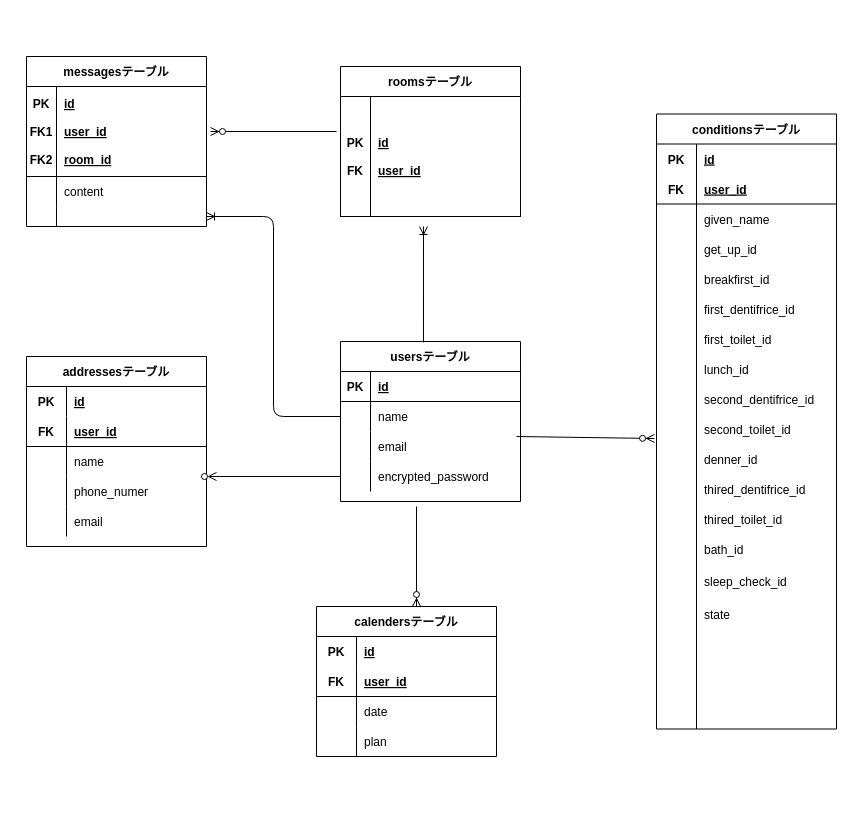
This is for-cg.dio from wtoshiaki/for-cg, a draw.io file, before an edit. Source tidied: cells renumbered, new cells numbered last; positions are measured from the earlier drawing's top-left corner, leaving out a move shared by most shapes. Both pictures are drawn from the tidied source at 100%, with x=0, y=0 at pixel (26, 56).
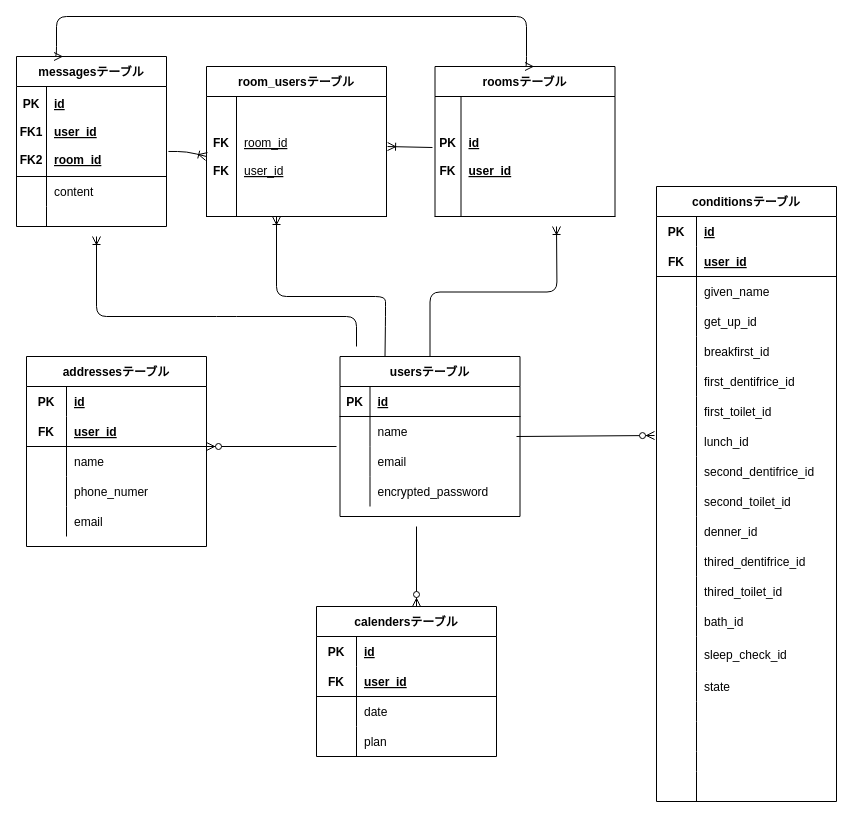
After the change.

The change refers to these unchanged cells:
```xml
<mxCell id="6" style="shape=partialRectangle;fillColor=none;top=0;left=0;bottom=0;right=0;points=[[0,0.5],[1,0.5]];portConstraint=eastwest;" parent="2" vertex="1">
  <mxGeometry y="60" width="180" height="30" as="geometry" />
</mxCell>
<mxCell id="12" style="shape=partialRectangle;fillColor=none;top=0;left=0;bottom=0;right=0;points=[[0,0.5],[1,0.5]];portConstraint=eastwest;" parent="2" vertex="1">
  <mxGeometry y="120" width="180" height="30" as="geometry" />
</mxCell>
<mxCell id="16" style="shape=partialRectangle;fillColor=none;top=0;left=0;bottom=1;right=0;points=[[0,0.5],[1,0.5]];portConstraint=eastwest;" parent="15" vertex="1">
  <mxGeometry y="30" width="180" height="120" as="geometry" />
</mxCell>
<mxCell id="51" style="shape=partialRectangle;fillColor=none;top=0;left=0;bottom=0;right=0;points=[[0,0.5],[1,0.5]];portConstraint=eastwest;" parent="29" vertex="1">
  <mxGeometry y="240" width="180" height="30" as="geometry" />
</mxCell>
<mxCell id="57" style="shape=partialRectangle;fillColor=none;top=0;left=0;bottom=0;right=0;points=[[0,0.5],[1,0.5]];portConstraint=eastwest;" parent="29" vertex="1">
  <mxGeometry y="300" width="180" height="30" as="geometry" />
</mxCell>
```

What changed in the source:
```diff
@@
     <mxCell id="2" value="usersテーブル" style="shape=table;startSize=30;childLayout=tableLayout;rowLines=0;fontStyle=1;align=center;" parent="1" vertex="1">
-      <mxGeometry x="314" y="285" width="180" height="160" as="geometry" />
+      <mxGeometry x="313.5" y="300" width="180" height="160" as="geometry" />
     </mxCell>
@@
     <mxCell id="15" value="roomsテーブル" style="shape=table;startSize=30;childLayout=tableLayout;rowLines=0;fontStyle=1;align=center;" parent="1" vertex="1">
-      <mxGeometry x="314" y="10" width="180" height="150" as="geometry" />
+      <mxGeometry x="408.5" y="10" width="180" height="150" as="geometry" />
     </mxCell>
@@
     <mxCell id="17" value="PK&#10;&#10;FK" style="shape=partialRectangle;fillColor=none;top=0;left=0;bottom=0;right=0;fontStyle=1;overflow=hidden;" parent="16" vertex="1">
-      <mxGeometry width="30" height="120" as="geometry" />
+      <mxGeometry width="26" height="120" as="geometry" />
     </mxCell>
     <mxCell id="18" value="id&#10;&#10;user_id" style="shape=partialRectangle;fillColor=none;top=0;left=0;bottom=0;right=0;align=left;spacingLeft=6;fontStyle=5;overflow=hidden;" parent="16" vertex="1">
-      <mxGeometry x="30" width="150" height="120" as="geometry" />
+      <mxGeometry x="26" width="154" height="120" as="geometry" />
     </mxCell>
     <mxCell id="19" value="messagesテーブル" style="shape=table;startSize=30;childLayout=tableLayout;rowLines=0;fontStyle=1;align=center;" parent="1" vertex="1">
-      <mxGeometry width="180" height="170" as="geometry" />
+      <mxGeometry x="-10" width="150" height="170" as="geometry" />
     </mxCell>
     <mxCell id="20" style="shape=partialRectangle;fillColor=none;top=0;left=0;bottom=1;right=0;points=[[0,0.5],[1,0.5]];portConstraint=eastwest;" parent="19" vertex="1">
-      <mxGeometry y="30" width="180" height="90" as="geometry" />
+      <mxGeometry y="30" width="150" height="90" as="geometry" />
     </mxCell>
@@
     <mxCell id="22" value="id&#10;&#10;user_id&#10;&#10;room_id" style="shape=partialRectangle;fillColor=none;top=0;left=0;bottom=0;right=0;align=left;spacingLeft=6;fontStyle=5;overflow=hidden;" parent="20" vertex="1">
-      <mxGeometry x="30" width="150" height="90" as="geometry" />
+      <mxGeometry x="30" width="120" height="90" as="geometry" />
     </mxCell>
     <mxCell id="23" style="shape=partialRectangle;fillColor=none;top=0;left=0;bottom=0;right=0;" parent="19" vertex="1">
-      <mxGeometry y="120" width="180" height="30" as="geometry" />
+      <mxGeometry y="120" width="150" height="30" as="geometry" />
     </mxCell>
@@
     <mxCell id="25" value="content" style="shape=partialRectangle;fillColor=none;top=0;left=0;bottom=0;right=0;align=left;spacingLeft=6;overflow=hidden;" parent="23" vertex="1">
-      <mxGeometry x="30" width="150" height="30" as="geometry" />
+      <mxGeometry x="30" width="120" height="30" as="geometry" />
     </mxCell>
     <mxCell id="26" style="shape=partialRectangle;fillColor=none;top=0;left=0;bottom=0;right=0;points=[[0,0.5],[1,0.5]];portConstraint=eastwest;" parent="19" vertex="1">
-      <mxGeometry y="150" width="180" height="20" as="geometry" />
+      <mxGeometry y="150" width="150" height="20" as="geometry" />
     </mxCell>
@@
     <mxCell id="28" style="shape=partialRectangle;fillColor=none;top=0;left=0;bottom=0;right=0;align=left;spacingLeft=6;overflow=hidden;" parent="26" vertex="1">
-      <mxGeometry x="30" width="150" height="20" as="geometry" />
+      <mxGeometry x="30" width="120" height="20" as="geometry" />
     </mxCell>
     <mxCell id="29" value="conditionsテーブル" style="shape=table;startSize=30;childLayout=tableLayout;rowLines=0;fontStyle=1;align=center;" parent="1" vertex="1">
-      <mxGeometry x="630" y="57.5" width="180" height="615" as="geometry" />
+      <mxGeometry x="630" y="130" width="180" height="615" as="geometry" />
     </mxCell>
@@
-    <mxCell id="119" style="fontSize=12;html=1;endArrow=ERoneToMany;exitX=0.461;exitY=0.006;exitDx=0;exitDy=0;exitPerimeter=0;" parent="1" edge="1" source="2">
-      <mxGeometry relative="1" as="geometry">
-        <mxPoint x="397" y="170" as="targetPoint" />
-      </mxGeometry>
-    </mxCell>
-    <mxCell id="120" style="fontSize=12;html=1;endArrow=ERzeroToMany;endFill=1;exitX=0;exitY=0.5;exitDx=0;exitDy=0;" parent="1" edge="1" source="12">
+    <mxCell id="120" style="fontSize=12;html=1;endArrow=ERzeroToMany;endFill=1;" parent="1" edge="1">
       <mxGeometry relative="1" as="geometry">
-        <mxPoint x="190" y="420" as="targetPoint" />
+        <mxPoint x="310" y="390" as="sourcePoint" />
+        <mxPoint x="180" y="390" as="targetPoint" />
         <Array as="points">
-          <mxPoint x="180" y="420" />
+          <mxPoint x="180" y="390" />
         </Array>
       </mxGeometry>
     </mxCell>
-    <mxCell id="121" style="fontSize=12;html=1;endArrow=ERzeroToMany;endFill=1;entryX=-0.011;entryY=0.817;entryDx=0;entryDy=0;entryPerimeter=0;" parent="1" edge="1" target="57">
+    <mxCell id="121" style="fontSize=12;html=1;endArrow=ERzeroToMany;endFill=1;entryX=-0.011;entryY=0.3;entryDx=0;entryDy=0;entryPerimeter=0;" parent="1" edge="1" target="51">
       <mxGeometry relative="1" as="geometry">
         <mxPoint x="490" y="380" as="sourcePoint" />
       </mxGeometry>
     </mxCell>
     <mxCell id="122" style="fontSize=12;html=1;endArrow=ERzeroToMany;endFill=1;" parent="1" edge="1">
       <mxGeometry relative="1" as="geometry">
-        <mxPoint x="390" y="450" as="sourcePoint" />
+        <mxPoint x="390" y="470" as="sourcePoint" />
         <mxPoint x="390" y="550" as="targetPoint" />
       </mxGeometry>
     </mxCell>
-    <mxCell id="123" style="fontSize=12;html=1;endArrow=ERzeroToMany;endFill=1;" parent="1" edge="1">
-      <mxGeometry relative="1" as="geometry">
-        <mxPoint x="310" y="75" as="sourcePoint" />
-        <mxPoint x="184" y="75" as="targetPoint" />
-      </mxGeometry>
-    </mxCell>
-    <mxCell id="124" style="edgeStyle=orthogonalEdgeStyle;fontSize=12;html=1;endArrow=ERoneToMany;exitX=0;exitY=0.5;exitDx=0;exitDy=0;" parent="1" edge="1" source="6" target="26">
-      <mxGeometry relative="1" as="geometry" />
-    </mxCell>
+    <mxCell id="125" value="room_usersテーブル" style="shape=table;startSize=30;childLayout=tableLayout;rowLines=0;fontStyle=1;align=center;" parent="1" vertex="1">
+      <mxGeometry x="180" y="10" width="180" height="150" as="geometry" />
+    </mxCell>
+    <mxCell id="126" style="shape=partialRectangle;fillColor=none;top=0;left=0;bottom=1;right=0;points=[[0,0.5],[1,0.5]];portConstraint=eastwest;" parent="125" vertex="1">
+      <mxGeometry y="30" width="180" height="120" as="geometry" />
+    </mxCell>
+    <mxCell id="127" value="FK&#10;&#10;FK" style="shape=partialRectangle;fillColor=none;top=0;left=0;bottom=0;right=0;fontStyle=1;overflow=hidden;" parent="126" vertex="1">
+      <mxGeometry width="30" height="120" as="geometry" />
+    </mxCell>
+    <mxCell id="128" value="room_id&#10;&#10;user_id" style="shape=partialRectangle;fillColor=none;top=0;left=0;bottom=0;right=0;align=left;spacingLeft=6;fontStyle=4;overflow=hidden;" parent="126" vertex="1">
+      <mxGeometry x="30" width="150" height="120" as="geometry" />
+    </mxCell>
+    <mxCell id="129" style="fontSize=12;html=1;endArrow=ERoneToMany;entryX=1.006;entryY=0.417;entryDx=0;entryDy=0;entryPerimeter=0;exitX=-0.014;exitY=0.425;exitDx=0;exitDy=0;exitPerimeter=0;" parent="1" edge="1" source="16" target="126">
+      <mxGeometry relative="1" as="geometry" />
+    </mxCell>
+    <mxCell id="130" style="fontSize=12;html=1;endArrow=ERoneToMany;exitX=1.013;exitY=0.722;exitDx=0;exitDy=0;exitPerimeter=0;entryX=0;entryY=0.5;entryDx=0;entryDy=0;" parent="1" edge="1" source="20" target="126">
+      <mxGeometry relative="1" as="geometry">
+        <Array as="points">
+          <mxPoint x="160" y="95" />
+        </Array>
+      </mxGeometry>
+    </mxCell>
+    <mxCell id="131" style="fontSize=12;html=1;endArrow=ERoneToMany;edgeStyle=orthogonalEdgeStyle;exitX=0.5;exitY=0;exitDx=0;exitDy=0;" parent="1" edge="1" source="2">
+      <mxGeometry relative="1" as="geometry">
+        <mxPoint x="530" y="170" as="targetPoint" />
+      </mxGeometry>
+    </mxCell>
+    <mxCell id="132" style="edgeStyle=orthogonalEdgeStyle;fontSize=12;html=1;endArrow=ERmany;startArrow=ERmany;entryX=0.25;entryY=0;entryDx=0;entryDy=0;exitX=0.5;exitY=0;exitDx=0;exitDy=0;" parent="1" edge="1" source="15" target="19">
+      <mxGeometry relative="1" as="geometry">
+        <Array as="points">
+          <mxPoint x="500" y="10" />
+          <mxPoint x="500" y="-40" />
+          <mxPoint x="30" y="-40" />
+          <mxPoint x="30" />
+        </Array>
+      </mxGeometry>
+    </mxCell>
+    <mxCell id="133" style="fontSize=12;html=1;endArrow=ERoneToMany;" parent="1" edge="1">
+      <mxGeometry relative="1" as="geometry">
+        <mxPoint x="330" y="290" as="sourcePoint" />
+        <mxPoint x="70" y="180" as="targetPoint" />
+        <Array as="points">
+          <mxPoint x="330" y="260" />
+          <mxPoint x="200" y="260" />
+          <mxPoint x="70" y="260" />
+        </Array>
+      </mxGeometry>
+    </mxCell>
+    <mxCell id="134" style="fontSize=12;html=1;endArrow=ERoneToMany;exitX=0.25;exitY=0;exitDx=0;exitDy=0;" parent="1" edge="1" source="2">
+      <mxGeometry relative="1" as="geometry">
+        <mxPoint x="250" y="160" as="targetPoint" />
+        <Array as="points">
+          <mxPoint x="359" y="260" />
+          <mxPoint x="359" y="240" />
+          <mxPoint x="250" y="240" />
+        </Array>
+      </mxGeometry>
+    </mxCell>
```
